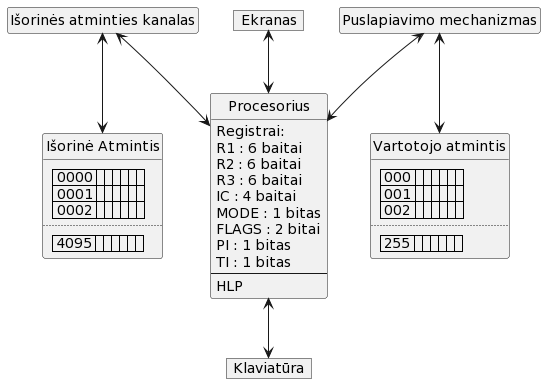
Above: aprasymas1/img/reali_masina.png in Mdominykas/OS (PlantUML), before the change.
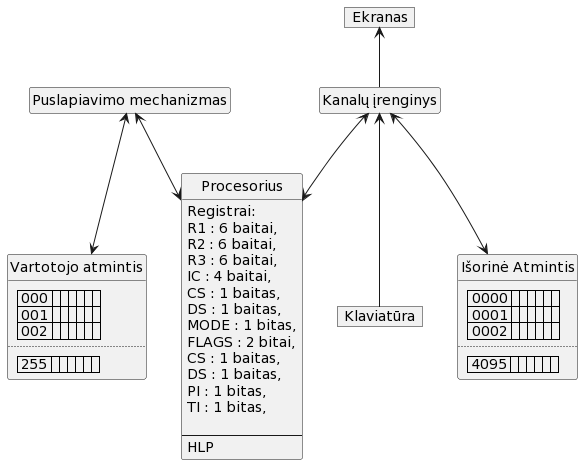
Later version of the same file.

What changed in the source:
```diff
@@ -6,14 +6,19 @@
 class Procesorius
 {
 Registrai:
-R1 : 6 baitai
-R2 : 6 baitai
-R3 : 6 baitai
-IC : 4 baitai
-MODE : 1 bitas
-FLAGS : 2 bitai
-PI : 1 bitas
-TI : 1 bitas
+R1 : 6 baitai,
+R2 : 6 baitai,
+R3 : 6 baitai,
+IC : 4 baitai,
+CS : 1 baitas,
+DS : 1 baitas,
+MODE : 1 bitas,
+FLAGS : 2 bitai,
+CS : 1 baitas,
+DS : 1 baitas,
+PI : 1 bitas,
+TI : 1 bitas,
+
 --
 HLP
 }
@@ -26,7 +31,6 @@
 ..
 | 4095 |  |  |  |  |  |  |
 }
-class "Išorinės atminties kanalas"
 
 class "Vartotojo atmintis"
 {
@@ -38,17 +42,19 @@
 }
 
 class "Puslapiavimo mechanizmas"
+class "Kanalų įrenginys"
 
 hide Klaviatūra members
 hide Ekranas members
-hide "Išorinės atminties kanalas" members
+hide "Kanalų įrenginys" members
+
 hide "Puslapiavimo mechanizmas" members
 
 
-Ekranas  <--> Procesorius
-Procesorius <--> Klaviatūra
-"Išorinės atminties kanalas" <--> "Išorinė Atmintis"
-"Išorinės atminties kanalas" <--> Procesorius
+Ekranas  <-- "Kanalų įrenginys"
+"Kanalų įrenginys" <--> Procesorius
+"Kanalų įrenginys" <-- Klaviatūra
+"Kanalų įrenginys" <--> "Išorinė Atmintis"
 "Puslapiavimo mechanizmas" <--> "Vartotojo atmintis"
 "Puslapiavimo mechanizmas" <--> Procesorius
 @enduml
```
